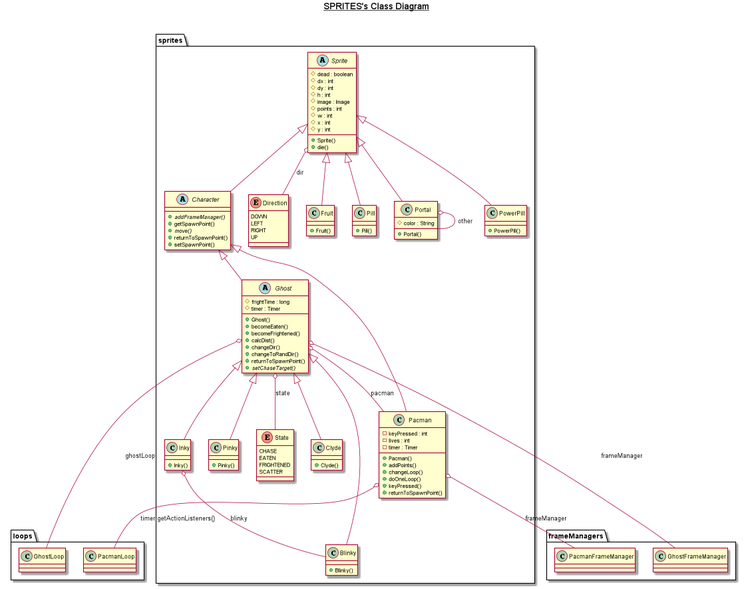
The PlantUML diagram UMLs/sprites.png in frnocentini/jpacman, before a commit. Its diagram source:
```plantuml
@startuml

title __SPRITES's Class Diagram__\n

  namespace sprites {
      class sprites.Blinky {
          + Blinky()
      }
      abstract class sprites.Character {
          {abstract} + addFrameManager()
          + getSpawnPoint()
          {abstract} + move()
          + returnToSpawnPoint()
          + setSpawnPoint()
      }
      class sprites.Clyde {
          + Clyde()
      }
      enum Direction {
        DOWN
        LEFT
        RIGHT
        UP
      }

      class sprites.Fruit {
          + Fruit()
      }
      abstract class sprites.Ghost {
          # frightTime : long
          # timer : Timer
          + Ghost()
          + becomeEaten()
          + becomeFrightened()
          + calcDist()
          + changeDir()
          + changeToRandDir()
          + returnToSpawnPoint()
          {abstract} + setChaseTarget()
      }
      class sprites.Inky {
          + Inky()
      }
      class sprites.Pacman {
          - keyPressed : int
          - lives : int
          - timer : Timer
          + Pacman()
          + addPoints()
          + changeLoop()
          + doOneLoop()
          + keyPressed()
          + returnToSpawnPoint()
      }
      class sprites.Pill {
          + Pill()
      }
      class sprites.Pinky {
          + Pinky()
      }
      class sprites.Portal {
          # color : String
          + Portal()
      }
      class sprites.PowerPill {
          + PowerPill()
      }
      abstract class sprites.Sprite {
          # dead : boolean
          # dx : int
          # dy : int
          # h : int
          # image : Image
          # points : int
          # w : int
          # x : int
          # y : int
          + Sprite()
          + die()
      }
      enum State {
        CHASE
        EATEN
        FRIGHTENED
        SCATTER
      }

  sprites.Blinky -up-|> sprites.Ghost
  sprites.Character -up-|> sprites.Sprite
  sprites.Clyde -up-|> sprites.Ghost
  sprites.Fruit -up-|> sprites.Sprite
  sprites.Ghost -up-|> sprites.Character
  sprites.Ghost o-- frameManagers.GhostFrameManager : frameManager
  sprites.Ghost o-- loops.GhostLoop : ghostLoop
  sprites.Pacman o-- loops.PacmanLoop : timer.getActionListeners()
  sprites.Ghost o-- sprites.Pacman : pacman
  sprites.Ghost o-- sprites.State : state
  sprites.Inky -up-|> sprites.Ghost
  sprites.Inky o-- sprites.Blinky : blinky
  sprites.Pacman -up-|> sprites.Character
  sprites.Pacman o-- frameManagers.PacmanFrameManager : frameManager
  sprites.Pill -up-|> sprites.Sprite
  sprites.Pinky -up-|> sprites.Ghost
  sprites.Portal -up-|> sprites.Sprite
  sprites.Portal o-- sprites.Portal : other
  sprites.PowerPill -up-|> sprites.Sprite
  sprites.Sprite o-- sprites.Direction : dir


@enduml
```
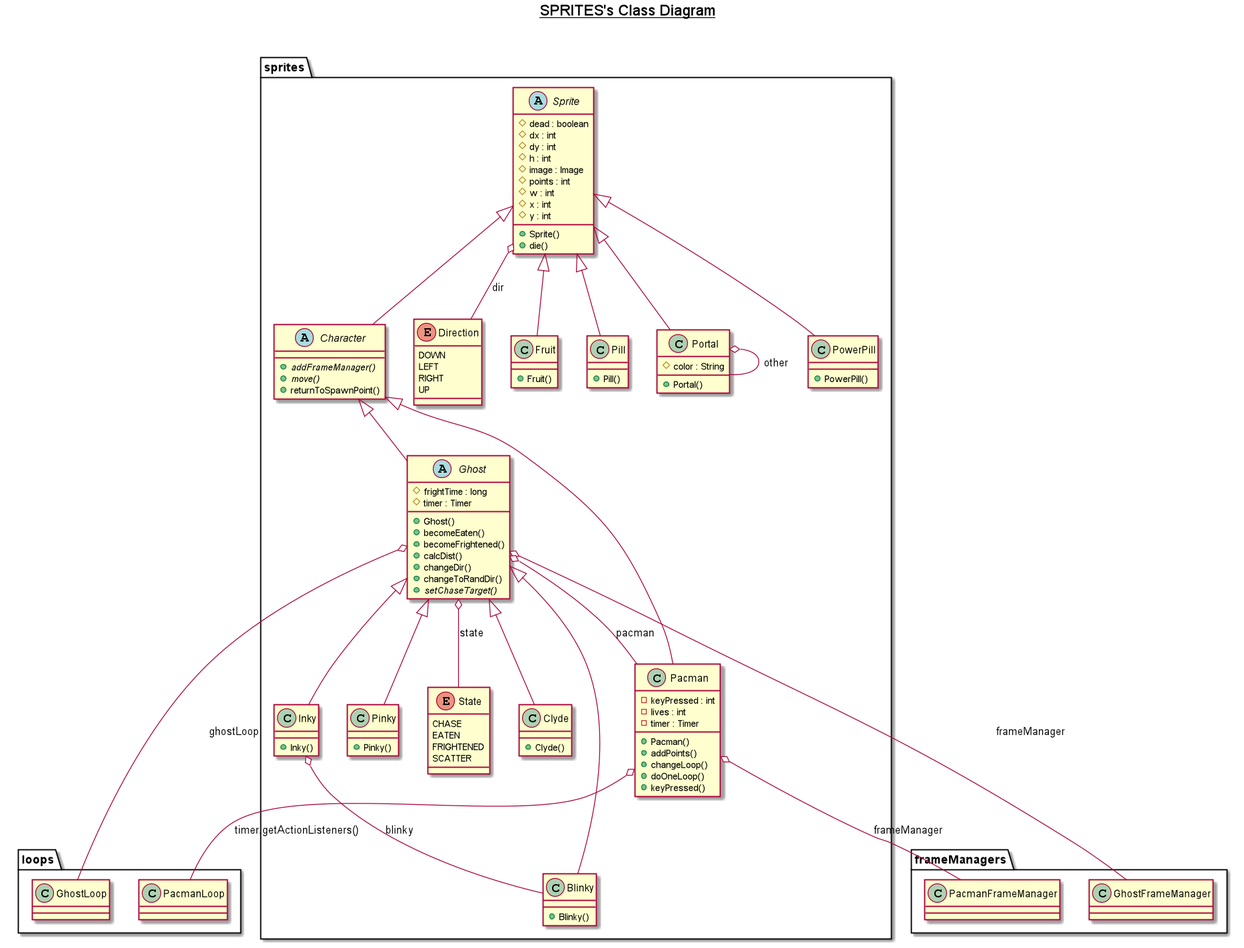
After the change.

Commit message:
Fatti alcuni UML

Change to the diagram source:
```diff
@@ -8,10 +8,8 @@
       }
       abstract class sprites.Character {
           {abstract} + addFrameManager()
-          + getSpawnPoint()
           {abstract} + move()
           + returnToSpawnPoint()
-          + setSpawnPoint()
       }
       class sprites.Clyde {
           + Clyde()
@@ -35,7 +33,6 @@
           + calcDist()
           + changeDir()
           + changeToRandDir()
-          + returnToSpawnPoint()
           {abstract} + setChaseTarget()
       }
       class sprites.Inky {
@@ -50,7 +47,6 @@
           + changeLoop()
           + doOneLoop()
           + keyPressed()
-          + returnToSpawnPoint()
       }
       class sprites.Pill {
           + Pill()
```
